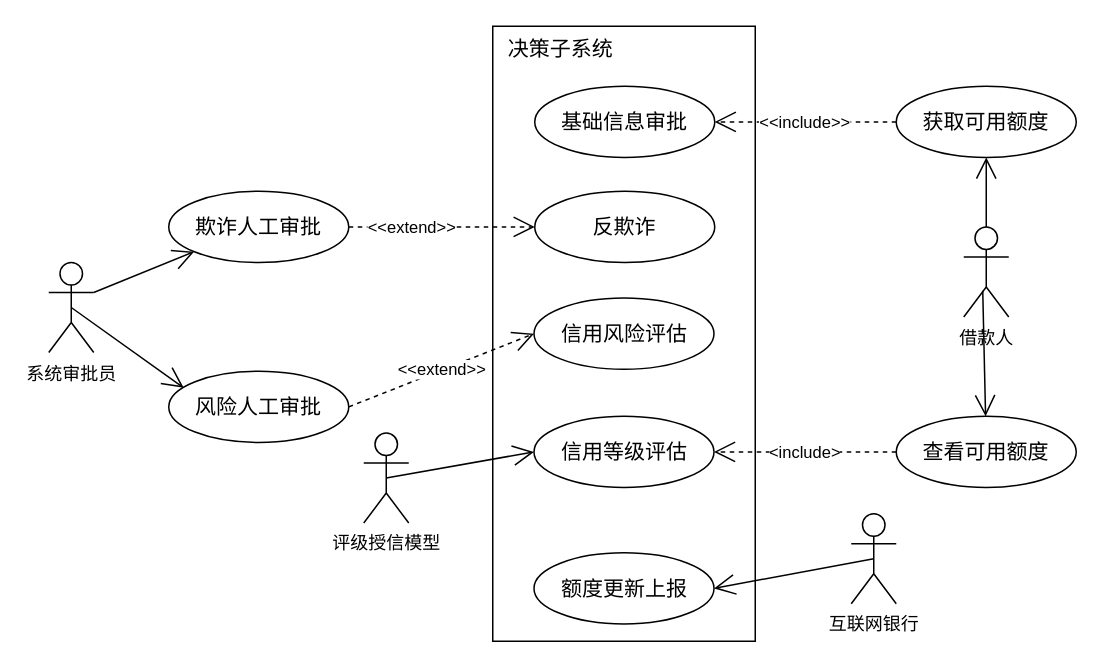
wuxiao-web/graduationThesis keeps this draw.io diagram as 授信审批用例图.drawio. Above is the earlier version. Source tidied: cells renumbered, new cells numbered last; positions are measured from the earlier drawing's top-left corner, leaving out a move shared by most shapes. Both pictures are drawn from the tidied source at 150%, with x=0, y=0 at pixel (48, 26).
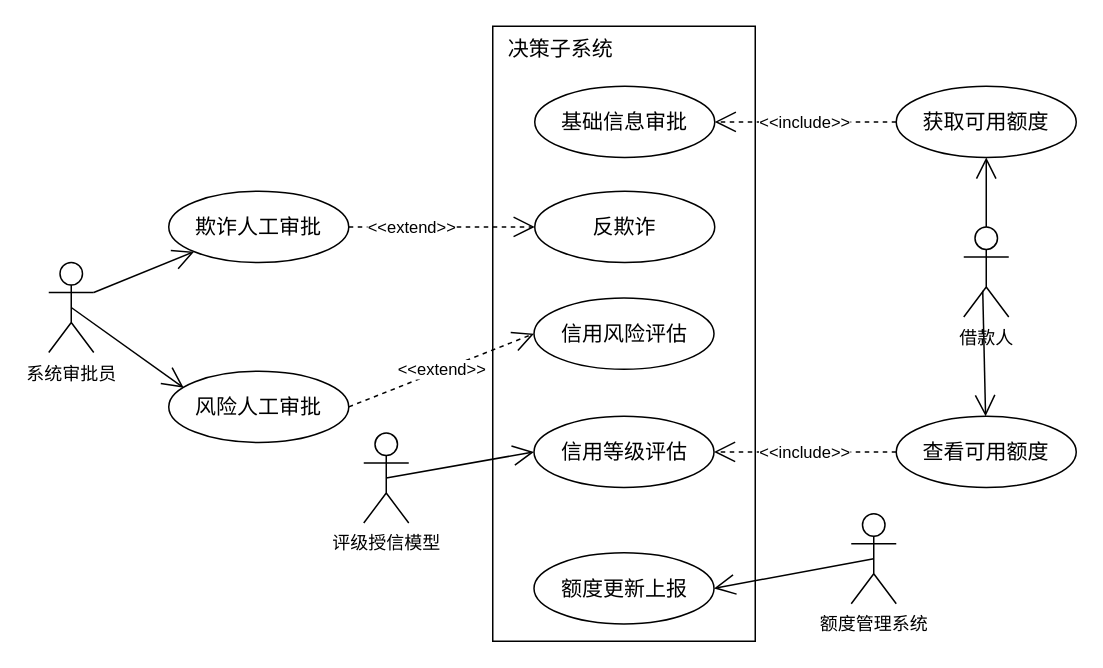
The same page after the edit.

Commit message:
更新授信审批用例图.drawio

The change refers to these unchanged cells:
```xml
<mxCell id="6" value="&lt;span style=&quot;font-size: 14px;&quot;&gt;信用等级评估&lt;/span&gt;" style="ellipse;whiteSpace=wrap;html=1;" parent="1" vertex="1">
  <mxGeometry x="323.5" y="260" width="120" height="47.5" as="geometry" />
</mxCell>
<mxCell id="15" value="&lt;span style=&quot;font-size: 14px;&quot;&gt;查看可用额度&lt;/span&gt;" style="ellipse;whiteSpace=wrap;html=1;" parent="1" vertex="1">
  <mxGeometry x="565" y="260" width="120" height="47.5" as="geometry" />
</mxCell>
```

What changed in the source:
```diff
@@
-    <mxCell id="16" value="&amp;lt;include&amp;gt;" style="endArrow=open;endSize=12;dashed=1;html=1;rounded=0;exitX=0;exitY=0.5;exitDx=0;exitDy=0;entryX=1;entryY=0.5;entryDx=0;entryDy=0;" parent="1" edge="1" source="15" target="6">
+    <mxCell id="16" value="&amp;lt;&amp;lt;include&amp;gt;&amp;gt;" style="endArrow=open;endSize=12;dashed=1;html=1;rounded=0;exitX=0;exitY=0.5;exitDx=0;exitDy=0;entryX=1;entryY=0.5;entryDx=0;entryDy=0;" parent="1" edge="1" source="15" target="6">
       <mxGeometry x="0.01" relative="1" as="geometry" />
     </mxCell>
@@
-    <mxCell id="18" value="互联网银行" style="shape=umlActor;verticalLabelPosition=bottom;verticalAlign=top;html=1;" parent="1" vertex="1">
+    <mxCell id="18" value="额度管理系统" style="shape=umlActor;verticalLabelPosition=bottom;verticalAlign=top;html=1;" parent="1" vertex="1">
       <mxGeometry x="535" y="325" width="30" height="60" as="geometry" />
     </mxCell>
```
